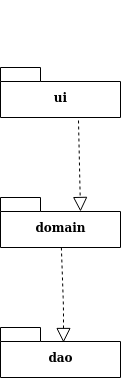
This is dokumentaatio/kuvat/Untitled Diagram.png from vendiiro/ot.harjoitustyo, a draw.io export, as it was before one commit. Source tidied: cells renumbered, new cells last; positions are measured from the earlier drawing's top-left corner, leaving out a move shared by most shapes. Its diagram source:
```xml
<mxGraphModel>
  <root>
    <mxCell id="0" />
    <mxCell id="1" parent="0" />
    <mxCell id="2" style="edgeStyle=orthogonalEdgeStyle;rounded=0;orthogonalLoop=1;jettySize=auto;html=1;exitX=0.5;exitY=1;exitDx=0;exitDy=0;exitPerimeter=0;" parent="1" edge="1">
      <mxGeometry relative="1" as="geometry">
        <mxPoint x="50" as="sourcePoint" />
        <mxPoint x="50" as="targetPoint" />
      </mxGeometry>
    </mxCell>
    <mxCell id="3" value="ui" style="shape=folder;fontStyle=1;spacingTop=10;tabWidth=40;tabHeight=14;tabPosition=left;html=1;" parent="1" vertex="1">
      <mxGeometry y="60" width="120" height="50" as="geometry" />
    </mxCell>
    <mxCell id="4" value="domain" style="shape=folder;fontStyle=1;spacingTop=10;tabWidth=40;tabHeight=14;tabPosition=left;html=1;" parent="1" vertex="1">
      <mxGeometry y="190" width="120" height="50" as="geometry" />
    </mxCell>
    <mxCell id="5" value="dao" style="shape=folder;fontStyle=1;spacingTop=10;tabWidth=40;tabHeight=14;tabPosition=left;html=1;" parent="1" vertex="1">
      <mxGeometry y="320" width="120" height="50" as="geometry" />
    </mxCell>
    <mxCell id="6" style="endArrow=block;dashed=1;endFill=0;endSize=12;html=1;fontColor=none;entryX=0;entryY=0;entryDx=80;entryDy=14;entryPerimeter=0;exitX=0.65;exitY=1.06;exitDx=0;exitDy=0;exitPerimeter=0;" parent="1" edge="1" source="3" target="4">
      <mxGeometry relative="1" as="geometry" />
    </mxCell>
    <mxCell id="7" style="edgeStyle=none;html=1;endSize=12;endArrow=block;endFill=0;dashed=1;fontColor=none;entryX=0.525;entryY=0.3;entryDx=0;entryDy=0;entryPerimeter=0;" parent="1" edge="1" source="4" target="5">
      <mxGeometry relative="1" as="geometry">
        <Array as="points">
          <mxPoint x="63" y="300" />
        </Array>
      </mxGeometry>
    </mxCell>
  </root>
</mxGraphModel>
```
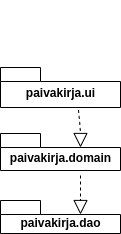
Later version of the same file.

What changed in the source:
```diff
@@ -8,24 +8,26 @@
         <mxPoint x="50" as="targetPoint" />
       </mxGeometry>
     </mxCell>
-    <mxCell id="3" value="ui" style="shape=folder;fontStyle=1;spacingTop=10;tabWidth=40;tabHeight=14;tabPosition=left;html=1;" parent="1" vertex="1">
-      <mxGeometry y="60" width="120" height="50" as="geometry" />
+    <mxCell id="3" value="paivakirja.ui" style="shape=folder;fontStyle=1;spacingTop=10;tabWidth=40;tabHeight=14;tabPosition=left;html=1;" parent="1" vertex="1">
+      <mxGeometry y="60" width="120" height="40" as="geometry" />
     </mxCell>
-    <mxCell id="4" value="domain" style="shape=folder;fontStyle=1;spacingTop=10;tabWidth=40;tabHeight=14;tabPosition=left;html=1;" parent="1" vertex="1">
-      <mxGeometry y="190" width="120" height="50" as="geometry" />
+    <mxCell id="4" value="paivakirja.domain" style="shape=folder;fontStyle=1;spacingTop=10;tabWidth=40;tabHeight=14;tabPosition=left;html=1;" parent="1" vertex="1">
+      <mxGeometry y="126" width="120" height="37" as="geometry" />
     </mxCell>
-    <mxCell id="5" value="dao" style="shape=folder;fontStyle=1;spacingTop=10;tabWidth=40;tabHeight=14;tabPosition=left;html=1;" parent="1" vertex="1">
-      <mxGeometry y="320" width="120" height="50" as="geometry" />
+    <mxCell id="5" value="paivakirja.dao" style="shape=folder;fontStyle=1;spacingTop=10;tabWidth=40;tabHeight=14;tabPosition=left;html=1;" parent="1" vertex="1">
+      <mxGeometry y="193" width="120" height="33" as="geometry" />
     </mxCell>
     <mxCell id="6" style="endArrow=block;dashed=1;endFill=0;endSize=12;html=1;fontColor=none;entryX=0;entryY=0;entryDx=80;entryDy=14;entryPerimeter=0;exitX=0.65;exitY=1.06;exitDx=0;exitDy=0;exitPerimeter=0;" parent="1" edge="1" source="3" target="4">
-      <mxGeometry relative="1" as="geometry" />
+      <mxGeometry relative="1" as="geometry">
+        <Array as="points">
+          <mxPoint x="80" y="125" />
+        </Array>
+      </mxGeometry>
     </mxCell>
-    <mxCell id="7" style="edgeStyle=none;html=1;endSize=12;endArrow=block;endFill=0;dashed=1;fontColor=none;entryX=0.525;entryY=0.3;entryDx=0;entryDy=0;entryPerimeter=0;" parent="1" edge="1" source="4" target="5">
-      <mxGeometry relative="1" as="geometry">
-        <Array as="points">
-          <mxPoint x="63" y="300" />
-        </Array>
-      </mxGeometry>
-    </mxCell>
+    <mxCell id="8" style="endArrow=block;dashed=1;endFill=0;endSize=12;html=1;entryX=0;entryY=0;entryDx=80;entryDy=14;entryPerimeter=0;" parent="1" edge="1" target="5">
+      <mxGeometry relative="1" as="geometry">
+        <mxPoint x="80" y="168" as="sourcePoint" />
+      </mxGeometry>
+    </mxCell>
   </root>
 </mxGraphModel>
```
